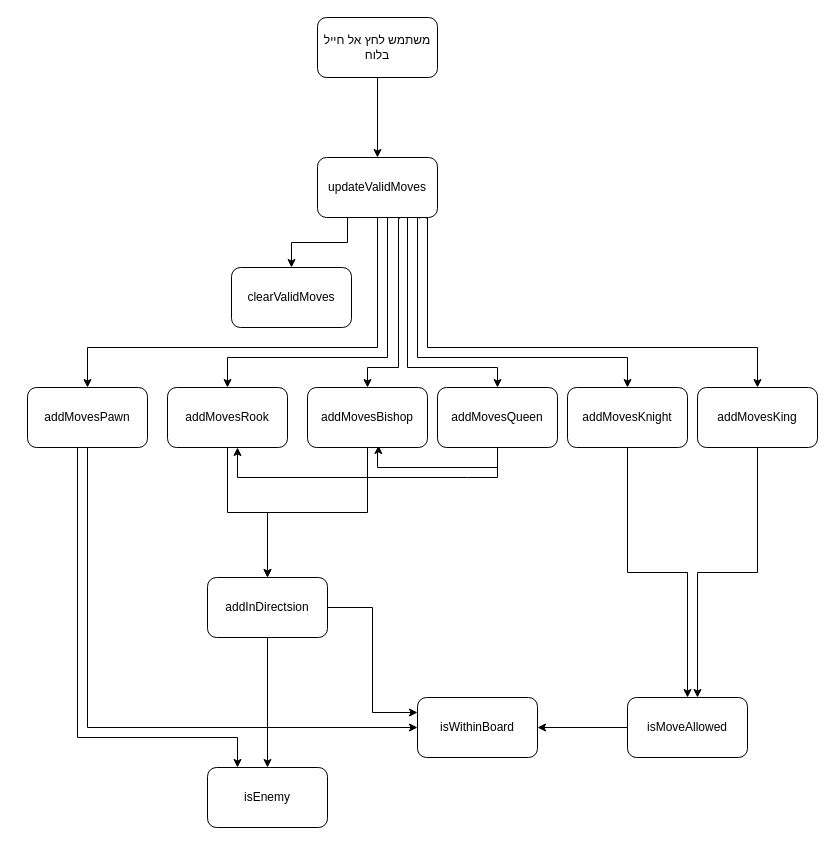
Earlier version of the draw.io diagram page "Page-6" (6 of 8) of bullshit, candelet.drawio (MikeMal13/LaChess-maser-page). Source tidied: cells renumbered, new cells numbered last; positions are measured from the earlier drawing's top-left corner, leaving out a move shared by most shapes. Both pictures are drawn from the tidied source at 100%, with x=0, y=0 at pixel (27, 17).
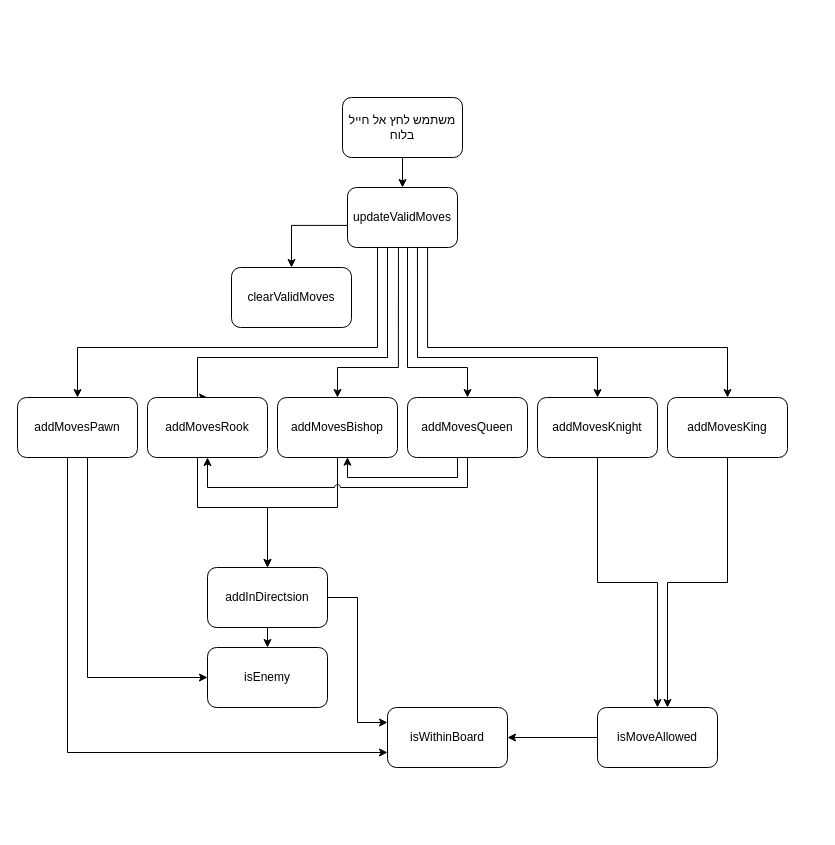
After the change.

Unchanged cells that the change refers to:
```xml
<mxCell id="12" value="clearValidMoves" style="whiteSpace=wrap;html=1;rounded=1;" parent="1" vertex="1">
  <mxGeometry x="204" y="250" width="120" height="60" as="geometry" />
</mxCell>
```

The edit, as a diff of the source:
```diff
@@
     <mxCell id="3" value="משתמש לחץ אל חייל בלוח" style="rounded=1;whiteSpace=wrap;html=1;" parent="1" vertex="1">
-      <mxGeometry x="290" width="120" height="60" as="geometry" />
+      <mxGeometry x="315" y="80" width="120" height="60" as="geometry" />
     </mxCell>
     <mxCell id="4" style="edgeStyle=orthogonalEdgeStyle;rounded=0;jettySize=auto;html=1;exitX=0.5;exitY=1;exitDx=0;exitDy=0;entryX=0.5;entryY=0;entryDx=0;entryDy=0;" parent="1" edge="1" source="11" target="15">
       <mxGeometry relative="1" as="geometry">
         <Array as="points">
+          <mxPoint x="375" y="200" />
+          <mxPoint x="350" y="200" />
           <mxPoint x="350" y="330" />
-          <mxPoint x="60" y="330" />
+          <mxPoint x="50" y="330" />
         </Array>
       </mxGeometry>
     </mxCell>
-    <mxCell id="5" style="edgeStyle=orthogonalEdgeStyle;rounded=0;jettySize=auto;html=1;exitX=0.5;exitY=1;exitDx=0;exitDy=0;" parent="1" edge="1" source="11" target="17">
+    <mxCell id="5" style="edgeStyle=orthogonalEdgeStyle;rounded=0;jettySize=auto;html=1;exitX=0.5;exitY=1;exitDx=0;exitDy=0;entryX=0.5;entryY=0;entryDx=0;entryDy=0;" parent="1" edge="1" source="11" target="17">
       <mxGeometry relative="1" as="geometry">
         <Array as="points">
           <mxPoint x="360" y="200" />
           <mxPoint x="360" y="340" />
-          <mxPoint x="200" y="340" />
+          <mxPoint x="170" y="340" />
         </Array>
       </mxGeometry>
     </mxCell>
-    <mxCell id="6" style="edgeStyle=orthogonalEdgeStyle;rounded=0;jettySize=auto;html=1;exitX=0.25;exitY=1;exitDx=0;exitDy=0;entryX=0.5;entryY=0;entryDx=0;entryDy=0;" parent="1" edge="1" source="11" target="12">
-      <mxGeometry relative="1" as="geometry" />
+    <mxCell id="6" style="edgeStyle=orthogonalEdgeStyle;rounded=0;jettySize=auto;html=1;exitX=-0.003;exitY=0.632;exitDx=0;exitDy=0;entryX=0.5;entryY=0;entryDx=0;entryDy=0;exitPerimeter=0;" parent="1" edge="1" source="11" target="12">
+      <mxGeometry relative="1" as="geometry">
+        <Array as="points">
+          <mxPoint x="264" y="208" />
+        </Array>
+      </mxGeometry>
     </mxCell>
-    <mxCell id="7" style="edgeStyle=orthogonalEdgeStyle;rounded=0;jettySize=auto;html=1;exitX=0.683;exitY=0.983;exitDx=0;exitDy=0;entryX=0.5;entryY=0;entryDx=0;entryDy=0;exitPerimeter=0;" parent="1" edge="1" source="11" target="24">
+    <mxCell id="7" style="edgeStyle=orthogonalEdgeStyle;rounded=0;jettySize=auto;html=1;exitX=0.463;exitY=0.995;exitDx=0;exitDy=0;entryX=0.5;entryY=0;entryDx=0;entryDy=0;exitPerimeter=0;" parent="1" edge="1" source="11" target="24">
       <mxGeometry relative="1" as="geometry">
         <Array as="points">
-          <mxPoint x="372" y="201" />
-          <mxPoint x="371" y="201" />
           <mxPoint x="371" y="350" />
-          <mxPoint x="340" y="350" />
+          <mxPoint x="310" y="350" />
         </Array>
       </mxGeometry>
     </mxCell>
-    <mxCell id="8" style="edgeStyle=orthogonalEdgeStyle;rounded=0;jettySize=auto;html=1;exitX=0.75;exitY=1;exitDx=0;exitDy=0;" parent="1" edge="1" source="11" target="22">
+    <mxCell id="8" style="edgeStyle=orthogonalEdgeStyle;rounded=0;jettySize=auto;html=1;exitX=0.75;exitY=1;exitDx=0;exitDy=0;entryX=0.5;entryY=0;entryDx=0;entryDy=0;" parent="1" edge="1" source="11" target="22">
       <mxGeometry relative="1" as="geometry">
         <Array as="points">
+          <mxPoint x="380" y="200" />
           <mxPoint x="380" y="350" />
-          <mxPoint x="470" y="350" />
+          <mxPoint x="440" y="350" />
         </Array>
       </mxGeometry>
     </mxCell>
-    <mxCell id="9" style="edgeStyle=orthogonalEdgeStyle;rounded=0;jettySize=auto;html=1;exitX=0.85;exitY=1.017;exitDx=0;exitDy=0;entryX=0.5;entryY=0;entryDx=0;entryDy=0;exitPerimeter=0;" parent="1" edge="1" source="11" target="19">
+    <mxCell id="9" style="edgeStyle=orthogonalEdgeStyle;rounded=0;jettySize=auto;html=1;entryX=0.5;entryY=0;entryDx=0;entryDy=0;exitX=0.636;exitY=1.002;exitDx=0;exitDy=0;exitPerimeter=0;" parent="1" edge="1" source="11" target="19">
       <mxGeometry relative="1" as="geometry">
         <Array as="points">
-          <mxPoint x="392" y="200" />
-          <mxPoint x="390" y="200" />
           <mxPoint x="390" y="340" />
-          <mxPoint x="600" y="340" />
+          <mxPoint x="570" y="340" />
         </Array>
       </mxGeometry>
     </mxCell>
-    <mxCell id="10" style="edgeStyle=orthogonalEdgeStyle;rounded=0;jettySize=auto;html=1;exitX=0.908;exitY=1.017;exitDx=0;exitDy=0;exitPerimeter=0;" parent="1" edge="1" source="11" target="26">
+    <mxCell id="10" style="edgeStyle=orthogonalEdgeStyle;rounded=0;jettySize=auto;html=1;exitX=0.728;exitY=1.004;exitDx=0;exitDy=0;exitPerimeter=0;entryX=0.5;entryY=0;entryDx=0;entryDy=0;" parent="1" edge="1" source="11" target="26">
       <mxGeometry relative="1" as="geometry">
         <Array as="points">
-          <mxPoint x="399" y="200" />
-          <mxPoint x="400" y="200" />
           <mxPoint x="400" y="330" />
-          <mxPoint x="730" y="330" />
+          <mxPoint x="700" y="330" />
         </Array>
       </mxGeometry>
     </mxCell>
     <mxCell id="11" value="updateValidMoves" style="whiteSpace=wrap;html=1;rounded=1;" parent="1" vertex="1">
-      <mxGeometry x="290" y="140" width="120" height="60" as="geometry" />
+      <mxGeometry x="320" y="170" width="110" height="60" as="geometry" />
     </mxCell>
@@
+    <mxCell id="14" style="edgeStyle=orthogonalEdgeStyle;rounded=0;jettySize=auto;html=1;exitX=0.75;exitY=1;exitDx=0;exitDy=0;entryX=0;entryY=0.5;entryDx=0;entryDy=0;" parent="1" edge="1" source="15" target="33">
+      <mxGeometry relative="1" as="geometry">
+        <Array as="points">
+          <mxPoint x="60" y="440" />
+          <mxPoint x="60" y="660" />
+        </Array>
+      </mxGeometry>
+    </mxCell>
-    <mxCell id="13" style="edgeStyle=orthogonalEdgeStyle;rounded=0;jettySize=auto;html=1;exitX=0.5;exitY=1;exitDx=0;exitDy=0;entryX=0;entryY=0.5;entryDx=0;entryDy=0;" parent="1" edge="1" source="15" target="30">
-      <mxGeometry relative="1" as="geometry" />
+    <mxCell id="13" style="edgeStyle=orthogonalEdgeStyle;rounded=0;jettySize=auto;html=1;exitX=0.5;exitY=1;exitDx=0;exitDy=0;entryX=0;entryY=0.75;entryDx=0;entryDy=0;" parent="1" edge="1" source="15" target="30">
+      <mxGeometry relative="1" as="geometry">
+        <Array as="points">
+          <mxPoint x="40" y="440" />
+          <mxPoint x="40" y="735" />
+        </Array>
+      </mxGeometry>
     </mxCell>
-    <mxCell id="14" style="edgeStyle=orthogonalEdgeStyle;rounded=0;jettySize=auto;html=1;exitX=0.5;exitY=1;exitDx=0;exitDy=0;entryX=0.25;entryY=0;entryDx=0;entryDy=0;" parent="1" edge="1" source="15" target="33">
-      <mxGeometry relative="1" as="geometry">
-        <Array as="points">
-          <mxPoint x="50" y="430" />
-          <mxPoint x="50" y="720" />
-          <mxPoint x="210" y="720" />
-        </Array>
-      </mxGeometry>
-    </mxCell>
     <mxCell id="15" value="addMovesPawn" style="whiteSpace=wrap;html=1;rounded=1;" parent="1" vertex="1">
-      <mxGeometry y="370" width="120" height="60" as="geometry" />
+      <mxGeometry x="-10" y="380" width="120" height="60" as="geometry" />
     </mxCell>
     <mxCell id="16" style="edgeStyle=orthogonalEdgeStyle;rounded=0;jettySize=auto;html=1;" parent="1" edge="1" source="17" target="29">
-      <mxGeometry relative="1" as="geometry" />
+      <mxGeometry relative="1" as="geometry">
+        <Array as="points">
+          <mxPoint x="170" y="490" />
+          <mxPoint x="240" y="490" />
+        </Array>
+      </mxGeometry>
     </mxCell>
     <mxCell id="17" value="addMovesRook" style="whiteSpace=wrap;html=1;rounded=1;" parent="1" vertex="1">
-      <mxGeometry x="140" y="370" width="120" height="60" as="geometry" />
+      <mxGeometry x="120" y="380" width="120" height="60" as="geometry" />
     </mxCell>
     <mxCell id="18" style="edgeStyle=orthogonalEdgeStyle;rounded=0;jettySize=auto;html=1;exitX=0.5;exitY=1;exitDx=0;exitDy=0;entryX=0.5;entryY=0;entryDx=0;entryDy=0;" parent="1" edge="1" source="19" target="32">
       <mxGeometry relative="1" as="geometry">
         <Array as="points">
-          <mxPoint x="600" y="555" />
-          <mxPoint x="660" y="555" />
-          <mxPoint x="660" y="680" />
+          <mxPoint x="570" y="565" />
+          <mxPoint x="630" y="565" />
+          <mxPoint x="630" y="690" />
         </Array>
       </mxGeometry>
     </mxCell>
     <mxCell id="19" value="addMovesKnight" style="whiteSpace=wrap;html=1;rounded=1;" parent="1" vertex="1">
-      <mxGeometry x="540" y="370" width="120" height="60" as="geometry" />
+      <mxGeometry x="510" y="380" width="120" height="60" as="geometry" />
     </mxCell>
-    <mxCell id="20" style="edgeStyle=orthogonalEdgeStyle;rounded=0;jettySize=auto;html=1;entryX=0.592;entryY=0.967;entryDx=0;entryDy=0;entryPerimeter=0;" parent="1" edge="1" source="22" target="24">
-      <mxGeometry relative="1" as="geometry">
-        <Array as="points">
-          <mxPoint x="470" y="450" />
-          <mxPoint x="350" y="450" />
-          <mxPoint x="350" y="430" />
-          <mxPoint x="351" y="430" />
-        </Array>
-      </mxGeometry>
-    </mxCell>
-    <mxCell id="21" style="edgeStyle=orthogonalEdgeStyle;rounded=0;orthogonalLoop=1;jettySize=auto;html=1;" parent="1" edge="1">
-      <mxGeometry relative="1" as="geometry">
-        <mxPoint x="470" y="430" as="sourcePoint" />
-        <mxPoint x="210" y="430" as="targetPoint" />
-        <Array as="points">
-          <mxPoint x="440" y="460" />
-          <mxPoint x="210" y="460" />
-          <mxPoint x="210" y="430" />
-        </Array>
-      </mxGeometry>
-    </mxCell>
     <mxCell id="22" value="addMovesQueen" style="whiteSpace=wrap;html=1;rounded=1;" parent="1" vertex="1">
-      <mxGeometry x="410" y="370" width="120" height="60" as="geometry" />
+      <mxGeometry x="380" y="380" width="120" height="60" as="geometry" />
     </mxCell>
-    <mxCell id="23" style="edgeStyle=orthogonalEdgeStyle;rounded=0;jettySize=auto;html=1;" parent="1" edge="1" source="24" target="29">
-      <mxGeometry relative="1" as="geometry" />
+    <mxCell id="23" style="edgeStyle=orthogonalEdgeStyle;rounded=0;jettySize=auto;html=1;jumpStyle=arc;" parent="1" edge="1" source="24" target="29">
+      <mxGeometry relative="1" as="geometry">
+        <Array as="points">
+          <mxPoint x="310" y="490" />
+          <mxPoint x="240" y="490" />
+        </Array>
+      </mxGeometry>
     </mxCell>
     <mxCell id="24" value="addMovesBishop" style="whiteSpace=wrap;html=1;rounded=1;" parent="1" vertex="1">
-      <mxGeometry x="280" y="370" width="120" height="60" as="geometry" />
+      <mxGeometry x="250" y="380" width="120" height="60" as="geometry" />
     </mxCell>
     <mxCell id="25" style="edgeStyle=orthogonalEdgeStyle;rounded=0;jettySize=auto;html=1;exitX=0.5;exitY=1;exitDx=0;exitDy=0;" parent="1" edge="1" source="26" target="32">
       <mxGeometry relative="1" as="geometry">
         <Array as="points">
-          <mxPoint x="730" y="555" />
-          <mxPoint x="670" y="555" />
+          <mxPoint x="700" y="565" />
+          <mxPoint x="640" y="565" />
         </Array>
       </mxGeometry>
     </mxCell>
     <mxCell id="26" value="addMovesKing" style="whiteSpace=wrap;html=1;rounded=1;" parent="1" vertex="1">
-      <mxGeometry x="670" y="370" width="120" height="60" as="geometry" />
+      <mxGeometry x="640" y="380" width="120" height="60" as="geometry" />
     </mxCell>
@@
-    <mxCell id="28" style="edgeStyle=orthogonalEdgeStyle;rounded=0;jettySize=auto;html=1;entryX=0.5;entryY=0;entryDx=0;entryDy=0;" parent="1" edge="1" source="29" target="33">
+    <mxCell id="28" style="edgeStyle=orthogonalEdgeStyle;rounded=0;jettySize=auto;html=1;exitX=0.5;exitY=1;exitDx=0;exitDy=0;entryX=0.5;entryY=0;entryDx=0;entryDy=0;" parent="1" edge="1" source="29" target="33">
       <mxGeometry relative="1" as="geometry" />
     </mxCell>
     <mxCell id="29" value="addInDirectsion" style="whiteSpace=wrap;html=1;rounded=1;" parent="1" vertex="1">
-      <mxGeometry x="180" y="560" width="120" height="60" as="geometry" />
+      <mxGeometry x="180" y="550" width="120" height="60" as="geometry" />
     </mxCell>
     <mxCell id="30" value="isWithinBoard" style="whiteSpace=wrap;html=1;rounded=1;" parent="1" vertex="1">
-      <mxGeometry x="390" y="680" width="120" height="60" as="geometry" />
+      <mxGeometry x="360" y="690" width="120" height="60" as="geometry" />
     </mxCell>
@@
     <mxCell id="32" value="isMoveAllowed" style="whiteSpace=wrap;html=1;rounded=1;" parent="1" vertex="1">
-      <mxGeometry x="600" y="680" width="120" height="60" as="geometry" />
+      <mxGeometry x="570" y="690" width="120" height="60" as="geometry" />
     </mxCell>
     <mxCell id="33" value="isEnemy" style="whiteSpace=wrap;html=1;rounded=1;" parent="1" vertex="1">
-      <mxGeometry x="180" y="750" width="120" height="60" as="geometry" />
+      <mxGeometry x="180" y="630" width="120" height="60" as="geometry" />
     </mxCell>
+    <mxCell id="20" style="edgeStyle=orthogonalEdgeStyle;rounded=0;jettySize=auto;html=1;exitX=0.5;exitY=1;exitDx=0;exitDy=0;entryX=0.583;entryY=0.995;entryDx=0;entryDy=0;entryPerimeter=0;" parent="1" edge="1" source="22" target="24">
+      <mxGeometry relative="1" as="geometry">
+        <Array as="points">
+          <mxPoint x="430" y="440" />
+          <mxPoint x="430" y="460" />
+          <mxPoint x="320" y="460" />
+        </Array>
+      </mxGeometry>
+    </mxCell>
+    <mxCell id="21" style="edgeStyle=orthogonalEdgeStyle;rounded=0;orthogonalLoop=1;jettySize=auto;html=1;jumpStyle=arc;" parent="1" edge="1">
+      <mxGeometry relative="1" as="geometry">
+        <mxPoint x="440" y="440" as="sourcePoint" />
+        <mxPoint x="180" y="440" as="targetPoint" />
+        <Array as="points">
+          <mxPoint x="440" y="470" />
+          <mxPoint x="180" y="470" />
+        </Array>
+      </mxGeometry>
+    </mxCell>
```
